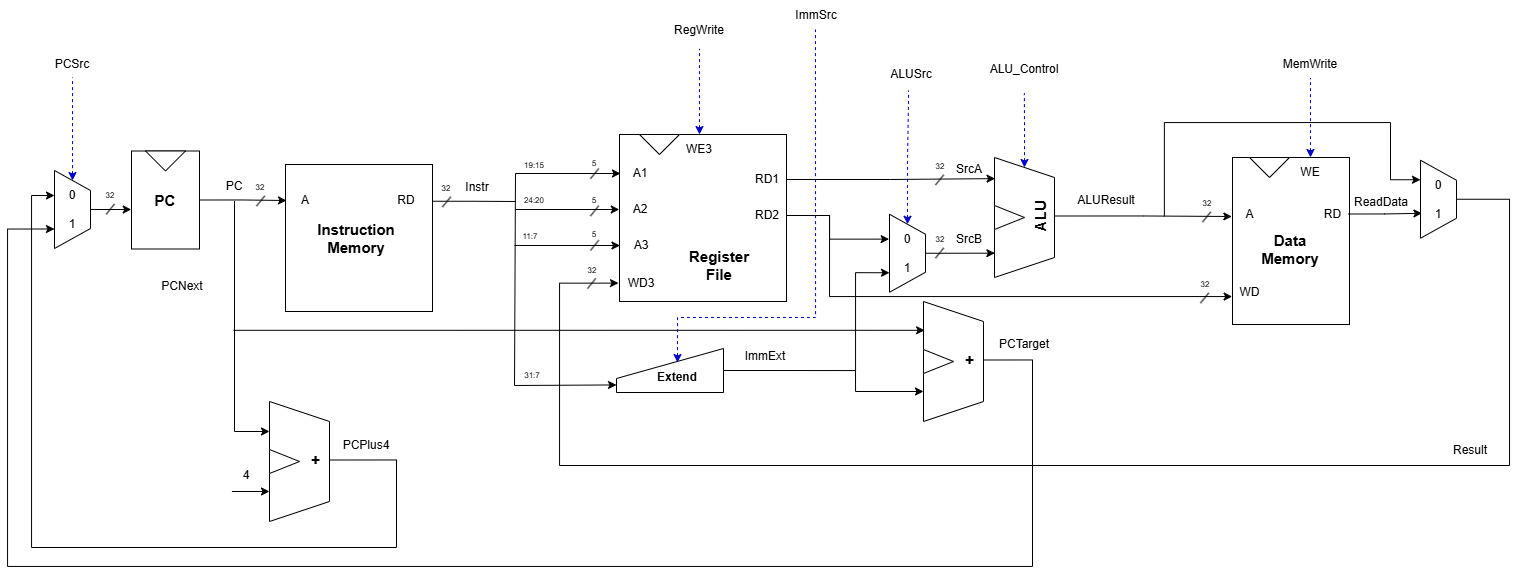
Above: diagrams/datapath.png in AbdurRahman020/RISCV-SingleCycle (draw.io), before the change. Source tidied: cells renumbered, new cells last; positions are measured from the earlier drawing's top-left corner, leaving out a move shared by most shapes.
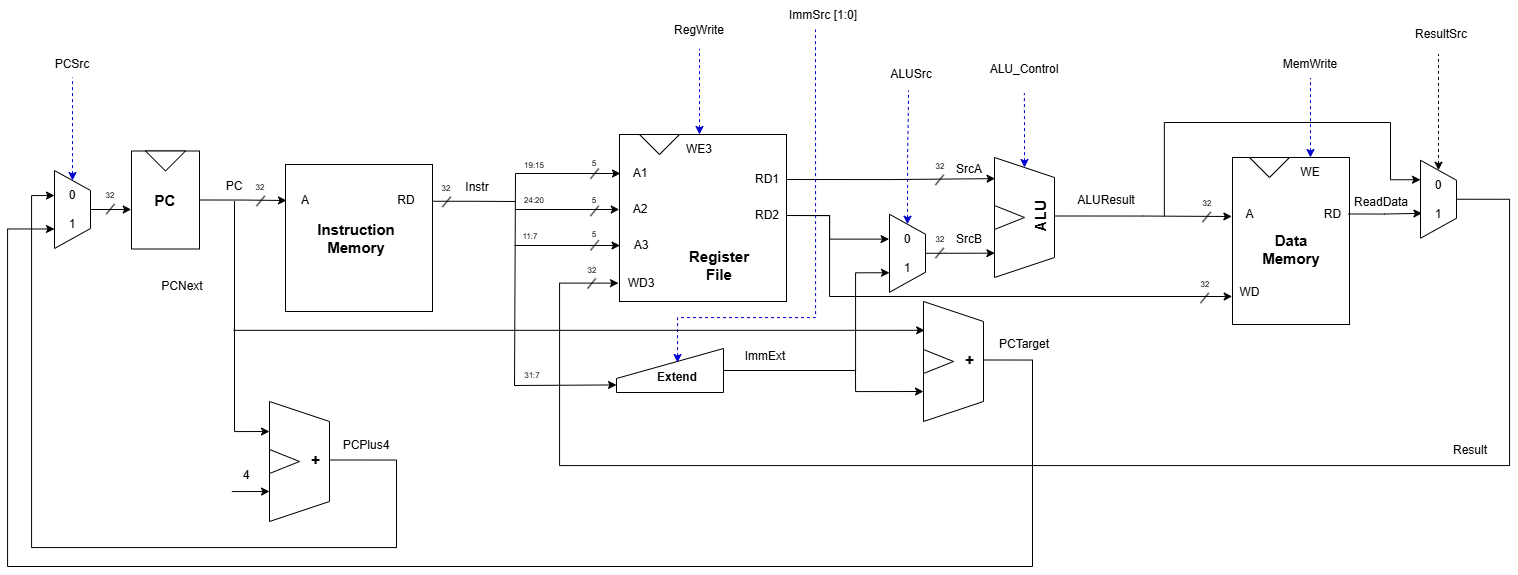
Later version of the same file.

What changed in the source:
```diff
@@ -342,8 +342,8 @@
     <mxCell id="87" value="&lt;b&gt;&lt;font&gt;Extend&lt;/font&gt;&lt;/b&gt;" style="text;html=1;whiteSpace=wrap;strokeColor=none;fillColor=none;align=center;verticalAlign=middle;rounded=0;" parent="1" vertex="1">
       <mxGeometry x="640" y="362" width="60" height="30" as="geometry" />
     </mxCell>
-    <mxCell id="88" value="ImmSrc" style="text;html=1;whiteSpace=wrap;strokeColor=none;fillColor=none;align=center;verticalAlign=middle;rounded=0;" parent="1" vertex="1">
-      <mxGeometry x="779" width="60" height="30" as="geometry" />
+    <mxCell id="88" value="ImmSrc [1:0]" style="text;html=1;whiteSpace=wrap;strokeColor=none;fillColor=none;align=center;verticalAlign=middle;rounded=0;" parent="1" vertex="1">
+      <mxGeometry x="779" width="74" height="30" as="geometry" />
     </mxCell>
     <mxCell id="89" style="edgeStyle=orthogonalEdgeStyle;rounded=0;jettySize=auto;html=1;exitX=0;exitY=0.5;exitDx=0;exitDy=0;endArrow=none;endFill=0;startArrow=classic;startFill=1;dashed=1;strokeColor=#0000CC;" parent="1" edge="1" source="90">
       <mxGeometry relative="1" as="geometry">
@@ -387,6 +387,11 @@
         </Array>
       </mxGeometry>
     </mxCell>
+    <mxCell id="113" style="edgeStyle=orthogonalEdgeStyle;rounded=0;jettySize=auto;html=1;exitX=0;exitY=0.5;exitDx=0;exitDy=0;endArrow=none;endFill=0;startArrow=classic;startFill=1;dashed=1;" parent="1" edge="1" source="95">
+      <mxGeometry relative="1" as="geometry">
+        <mxPoint x="1431" y="54" as="targetPoint" />
+      </mxGeometry>
+    </mxCell>
     <mxCell id="95" value="0&lt;div&gt;&lt;br&gt;&lt;/div&gt;&lt;div&gt;1&lt;/div&gt;" style="shape=trapezoid;perimeter=trapezoidPerimeter;whiteSpace=wrap;html=1;fixedSize=1;direction=south;" parent="1" vertex="1">
       <mxGeometry x="1413" y="159.8" width="36" height="78" as="geometry" />
     </mxCell>
@@ -469,5 +474,8 @@
     <mxCell id="112" value="PCTarget" style="text;html=1;whiteSpace=wrap;strokeColor=none;fillColor=none;align=center;verticalAlign=middle;rounded=0;" parent="1" vertex="1">
       <mxGeometry x="987" y="329" width="60" height="30" as="geometry" />
     </mxCell>
+    <mxCell id="114" value="ResultSrc" style="text;html=1;whiteSpace=wrap;strokeColor=none;fillColor=none;align=center;verticalAlign=middle;rounded=0;" parent="1" vertex="1">
+      <mxGeometry x="1404" y="19" width="60" height="30" as="geometry" />
+    </mxCell>
   </root>
 </mxGraphModel>
```
